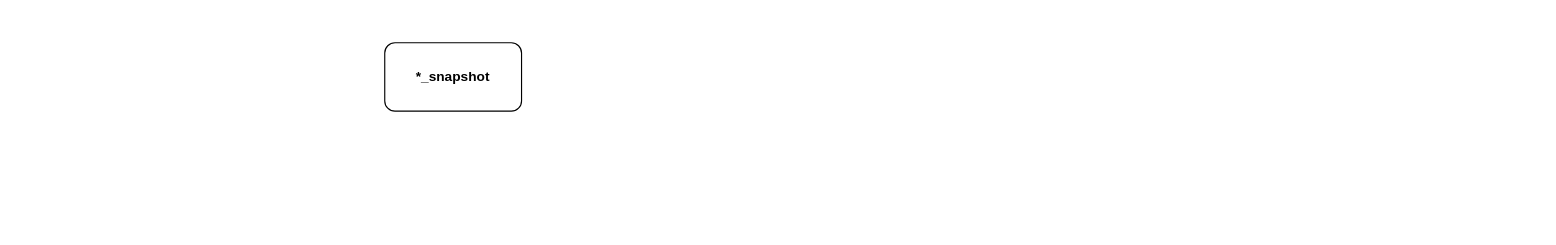
The draw.io diagram indexMetrics.drawio in ChrisFynnWang/algorithm, before the edit. Source tidied: cells renumbered, new cells numbered last; positions are measured from the earlier drawing's top-left corner, leaving out a move shared by most shapes. Both pictures are drawn from the tidied source at 114%, with x=0, y=0 at pixel (384, 42).
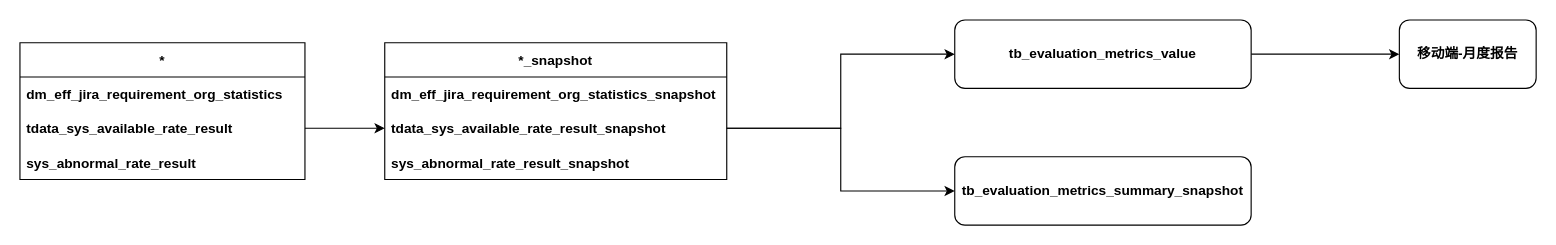
The same diagram, later.

The edit, as a diff of the source:
```diff
@@
 <mxGraphModel>
   <root>
     <mxCell id="0" />
     <mxCell id="1" parent="0" />
+    <mxCell id="3" style="edgeStyle=orthogonalEdgeStyle;rounded=0;jettySize=auto;html=1;entryX=0;entryY=0.5;entryDx=0;entryDy=0;" parent="1" edge="1" source="4" target="6">
+      <mxGeometry relative="1" as="geometry" />
+    </mxCell>
+    <mxCell id="4" value="tb_evaluation_metrics_value" style="rounded=1;whiteSpace=wrap;html=1;fontStyle=1;" parent="1" vertex="1">
+      <mxGeometry x="500" y="-20" width="260" height="60" as="geometry" />
+    </mxCell>
+    <mxCell id="5" value="tb_evaluation_metrics_summary_snapshot" style="rounded=1;whiteSpace=wrap;html=1;fontStyle=1;" parent="1" vertex="1">
+      <mxGeometry x="500" y="100" width="260" height="60" as="geometry" />
+    </mxCell>
+    <mxCell id="6" value="移动端-月度报告" style="rounded=1;whiteSpace=wrap;html=1;fontStyle=1;" parent="1" vertex="1">
+      <mxGeometry x="890" y="-20" width="120" height="60" as="geometry" />
+    </mxCell>
+    <mxCell id="7" value="*" style="swimlane;fontStyle=1;horizontal=1;startSize=30;" parent="1" vertex="1">
+      <mxGeometry x="-320" width="250" height="120" as="geometry" />
+    </mxCell>
+    <mxCell id="8" value="dm_eff_jira_requirement_org_statistics" style="text;strokeColor=none;fillColor=none;align=left;verticalAlign=middle;spacingLeft=4;spacingRight=4;overflow=hidden;fontStyle=1;" parent="7" vertex="1">
+      <mxGeometry y="30" width="250" height="30" as="geometry" />
+    </mxCell>
+    <mxCell id="9" value="tdata_sys_available_rate_result" style="text;strokeColor=none;fillColor=none;align=left;verticalAlign=middle;spacingLeft=4;spacingRight=4;overflow=hidden;points=[[0,0.5],[1,0.5]];portConstraint=eastwest;fontStyle=1;" parent="7" vertex="1">
+      <mxGeometry y="60" width="250" height="30" as="geometry" />
+    </mxCell>
+    <mxCell id="10" value="sys_abnormal_rate_result" style="text;strokeColor=none;fillColor=none;align=left;verticalAlign=middle;spacingLeft=4;spacingRight=4;overflow=hidden;fontStyle=1;" parent="7" vertex="1">
+      <mxGeometry y="90" width="250" height="30" as="geometry" />
+    </mxCell>
-    <mxCell id="2" value="&lt;b&gt;*_snapshot&lt;/b&gt;" style="rounded=1;whiteSpace=wrap;html=1;" parent="1" vertex="1">
-      <mxGeometry width="120" height="60" as="geometry" />
+    <mxCell id="2" value="*_snapshot" style="swimlane;fontStyle=1;horizontal=1;startSize=30;" parent="1" vertex="1">
+      <mxGeometry width="300" height="120" as="geometry" />
     </mxCell>
+    <mxCell id="11" value="dm_eff_jira_requirement_org_statistics_snapshot" style="text;strokeColor=none;fillColor=none;align=left;verticalAlign=middle;spacingLeft=4;spacingRight=4;overflow=hidden;fontStyle=1;" parent="2" vertex="1">
+      <mxGeometry y="30" width="300" height="30" as="geometry" />
+    </mxCell>
+    <mxCell id="12" value="tdata_sys_available_rate_result_snapshot" style="text;strokeColor=none;fillColor=none;align=left;verticalAlign=middle;spacingLeft=4;spacingRight=4;overflow=hidden;points=[[0,0.5],[1,0.5]];portConstraint=eastwest;fontStyle=1;" parent="2" vertex="1">
+      <mxGeometry y="60" width="300" height="30" as="geometry" />
+    </mxCell>
+    <mxCell id="13" value="sys_abnormal_rate_result_snapshot" style="text;strokeColor=none;fillColor=none;align=left;verticalAlign=middle;spacingLeft=4;spacingRight=4;overflow=hidden;fontStyle=1;" parent="2" vertex="1">
+      <mxGeometry y="90" width="300" height="30" as="geometry" />
+    </mxCell>
+    <mxCell id="14" style="edgeStyle=orthogonalEdgeStyle;rounded=0;jettySize=auto;html=1;entryX=0;entryY=0.5;entryDx=0;entryDy=0;" parent="1" edge="1" source="9" target="12">
+      <mxGeometry relative="1" as="geometry" />
+    </mxCell>
+    <mxCell id="15" style="edgeStyle=orthogonalEdgeStyle;rounded=0;jettySize=auto;html=1;entryX=0;entryY=0.5;entryDx=0;entryDy=0;" parent="1" edge="1" source="12" target="4">
+      <mxGeometry relative="1" as="geometry" />
+    </mxCell>
+    <mxCell id="16" style="edgeStyle=orthogonalEdgeStyle;rounded=0;jettySize=auto;html=1;entryX=0;entryY=0.5;entryDx=0;entryDy=0;" parent="1" edge="1" source="12" target="5">
+      <mxGeometry relative="1" as="geometry" />
+    </mxCell>
   </root>
 </mxGraphModel>
```
